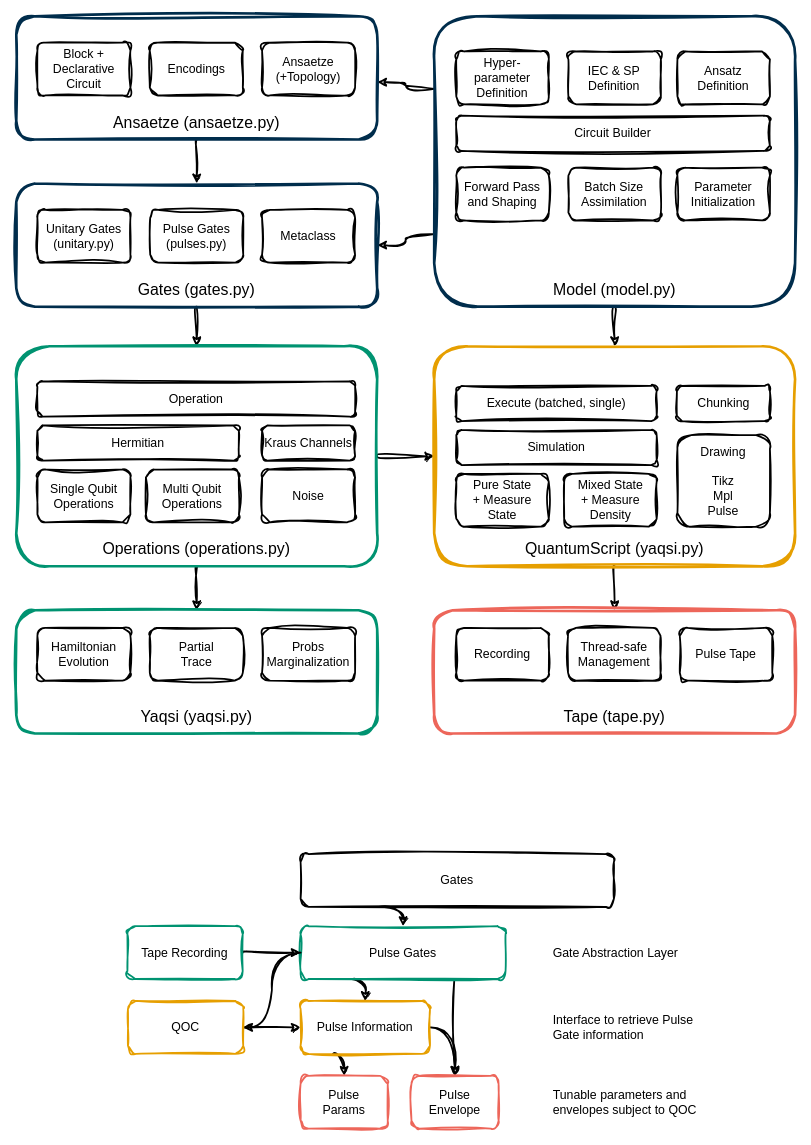
Before: page "jaqsi" (5 of 5) of docs/diagrams.drawio in cirKITers/qml-essentials, a draw.io diagram. Source tidied: cells renumbered, new cells numbered last; positions are measured from the earlier drawing's top-left corner, leaving out a move shared by most shapes. Both pictures are drawn from the tidied source at 88%, with x=0, y=0 at pixel (16, 16).
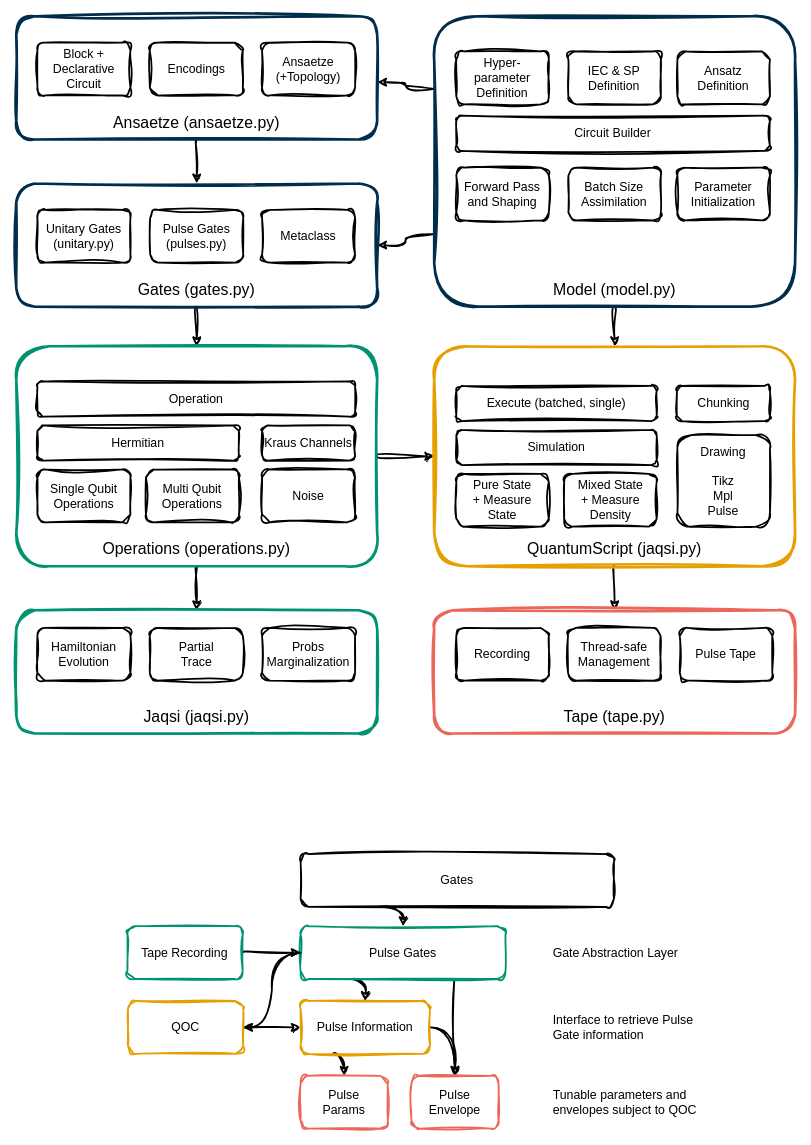
The same page after the edit.

Diff of the diagram source:
```diff
@@
-    <mxCell id="10" value="QuantumScript (yaqsi.py)" style="rounded=1;whiteSpace=wrap;html=1;verticalAlign=bottom;strokeWidth=3;fontSize=18;sketch=1;curveFitting=1;jiggle=2;spacingTop=0;spacingBottom=5;strokeColor=#E69F00;fillColor=none;" parent="1" vertex="1">
+    <mxCell id="10" value="QuantumScript (jaqsi.py)" style="rounded=1;whiteSpace=wrap;html=1;verticalAlign=bottom;strokeWidth=3;fontSize=18;sketch=1;curveFitting=1;jiggle=2;spacingTop=0;spacingBottom=5;strokeColor=#E69F00;fillColor=none;" parent="1" vertex="1">
       <mxGeometry x="474.9" y="375" width="410.1" height="250" as="geometry" />
     </mxCell>
@@
-    <mxCell id="14" value="Yaqsi (yaqsi.py)" style="rounded=1;whiteSpace=wrap;html=1;verticalAlign=bottom;strokeWidth=3;fontSize=18;sketch=1;curveFitting=1;jiggle=2;spacingTop=0;spacingBottom=5;strokeColor=#009371;fillColor=none;" parent="1" vertex="1">
+    <mxCell id="14" value="Jaqsi (jaqsi.py)" style="rounded=1;whiteSpace=wrap;html=1;verticalAlign=bottom;strokeWidth=3;fontSize=18;sketch=1;curveFitting=1;jiggle=2;spacingTop=0;spacingBottom=5;strokeColor=#009371;fillColor=none;" parent="1" vertex="1">
       <mxGeometry y="675" width="410.1" height="140" as="geometry" />
     </mxCell>
```
